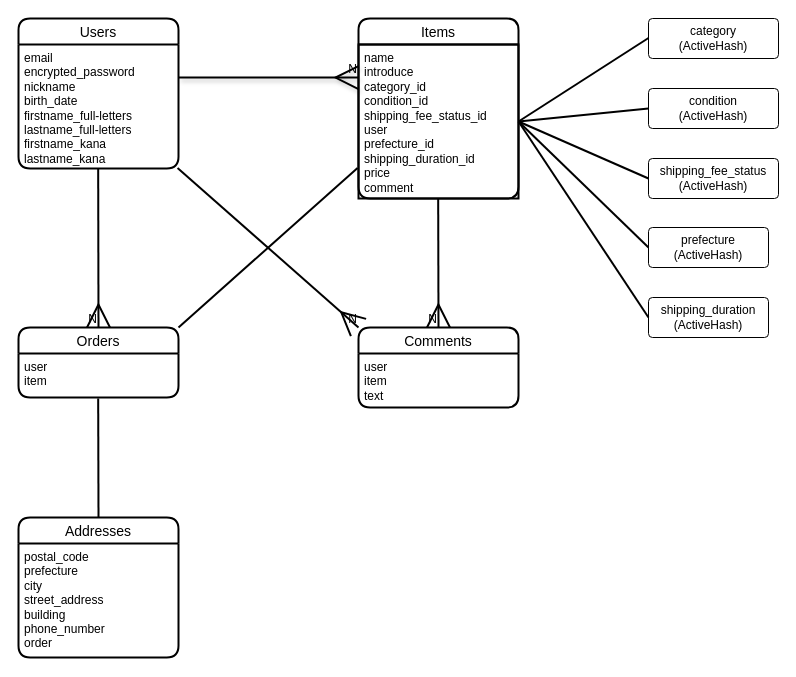
Above: ER図.dio in d-shiba-inu/furima-47222 (draw.io), before the change. Source tidied: cells renumbered, new cells numbered last; positions are measured from the earlier drawing's top-left corner, leaving out a move shared by most shapes. Both pictures are drawn from the tidied source at 100%, with x=0, y=0 at pixel (18, 18).
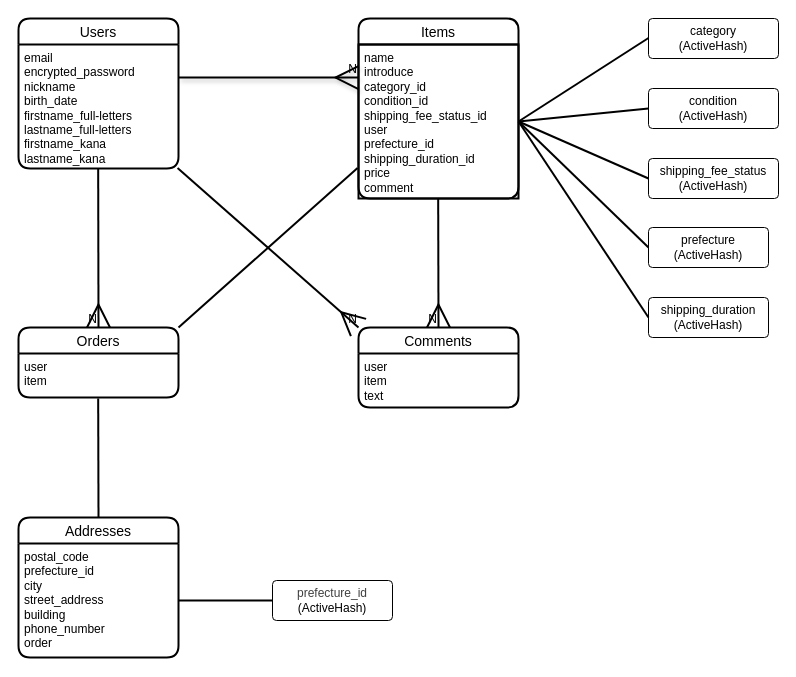
Above is the later version.

Commit message (it also covers changes not shown here):
ER図とREADMEの作成（修正3回目）

Unchanged cells that the change refers to:
```xml
<mxCell id="8" value="Addresses" style="swimlane;fontStyle=0;horizontal=1;startSize=26;align=center;fontSize=14;strokeWidth=2;rounded=1;" parent="1" vertex="1">
  <mxGeometry y="499" width="160" height="140" as="geometry" />
</mxCell>
```

Change to the diagram source:
```diff
@@
-    <mxCell id="9" value="postal_code&lt;div&gt;&lt;font color=&quot;#000000&quot;&gt;prefecture&lt;br&gt;&lt;/font&gt;&lt;div&gt;city&lt;/div&gt;&lt;div&gt;street_address&lt;/div&gt;&lt;div&gt;building&lt;/div&gt;&lt;div&gt;phone_number&lt;/div&gt;&lt;div&gt;order&lt;/div&gt;&lt;/div&gt;" style="text;strokeColor=none;fillColor=none;spacingLeft=4;spacingRight=4;overflow=hidden;points=[[0,0.5],[1,0.5]];portConstraint=eastwest;fontSize=12;whiteSpace=wrap;html=1;" parent="8" vertex="1">
+    <mxCell id="9" value="postal_code&lt;div&gt;&lt;font color=&quot;#000000&quot;&gt;prefecture_id&lt;br&gt;&lt;/font&gt;&lt;div&gt;city&lt;/div&gt;&lt;div&gt;street_address&lt;/div&gt;&lt;div&gt;building&lt;/div&gt;&lt;div&gt;phone_number&lt;/div&gt;&lt;div&gt;order&lt;/div&gt;&lt;/div&gt;" style="text;strokeColor=none;fillColor=none;spacingLeft=4;spacingRight=4;overflow=hidden;points=[[0,0.5],[1,0.5]];portConstraint=eastwest;fontSize=12;whiteSpace=wrap;html=1;" parent="8" vertex="1">
       <mxGeometry y="26" width="160" height="114" as="geometry" />
     </mxCell>
@@
+    <mxCell id="32" value="&lt;div style=&quot;color: rgb(63, 63, 63); scrollbar-color: rgb(226, 226, 226) rgb(251, 251, 251);&quot;&gt;prefecture_id&lt;/div&gt;&lt;span style=&quot;scrollbar-color: rgb(226, 226, 226) rgb(251, 251, 251); color: rgb(0, 0, 0);&quot;&gt;(ActiveHash)&lt;/span&gt;" style="rounded=1;arcSize=10;whiteSpace=wrap;html=1;align=center;" parent="1" vertex="1">
+      <mxGeometry x="254" y="562" width="120" height="40" as="geometry" />
+    </mxCell>
+    <mxCell id="33" style="endArrow=none;html=1;rounded=0;exitX=1;exitY=0.5;exitDx=0;exitDy=0;entryX=0;entryY=0.5;entryDx=0;entryDy=0;strokeWidth=2;" parent="1" edge="1" source="9" target="32">
+      <mxGeometry relative="1" as="geometry" />
+    </mxCell>
```
